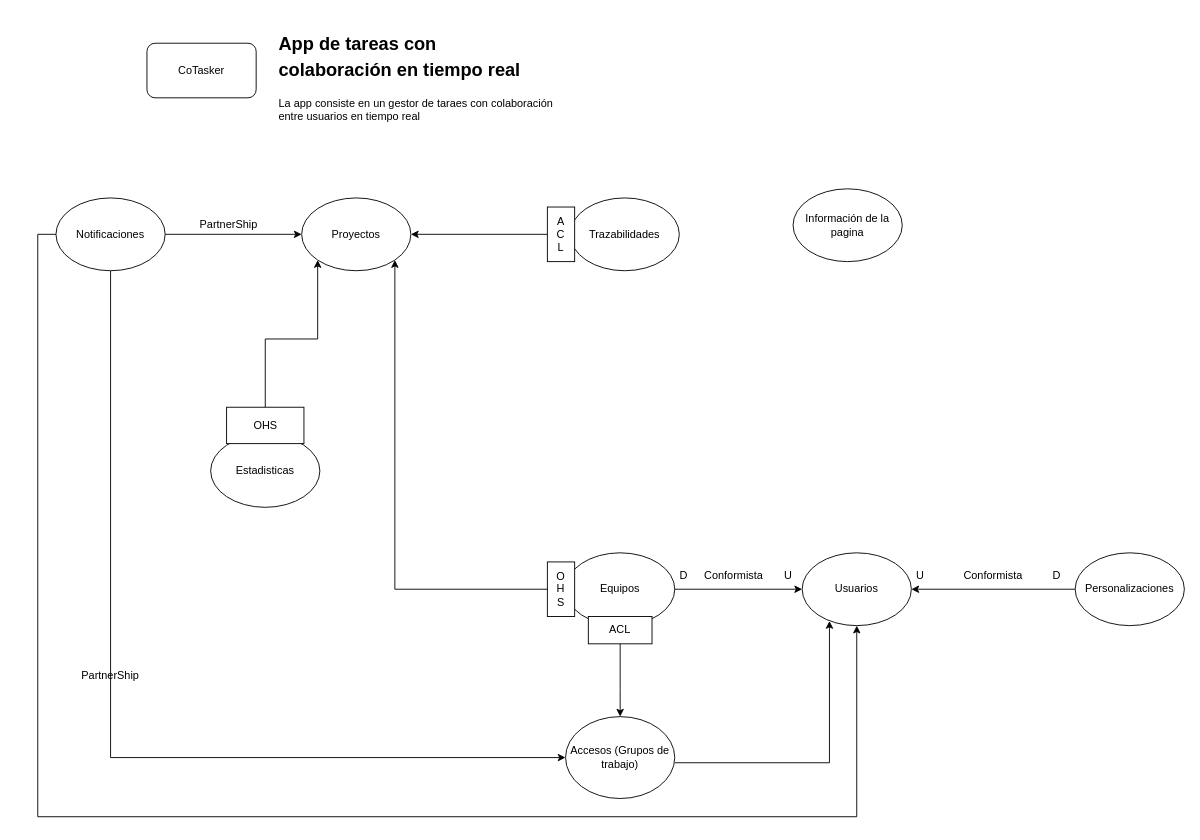
This is page "BoundedContext" (2 of 13) of CoTasker_BoundedContext.drawio from Migue1409-KP/DOO-working-group, a draw.io file, before an edit. Source tidied: cells renumbered, new cells numbered last; positions are measured from the earlier drawing's top-left corner, leaving out a move shared by most shapes. Both pictures are drawn from the tidied source at 91%, with x=0, y=0 at pixel (37, 25).
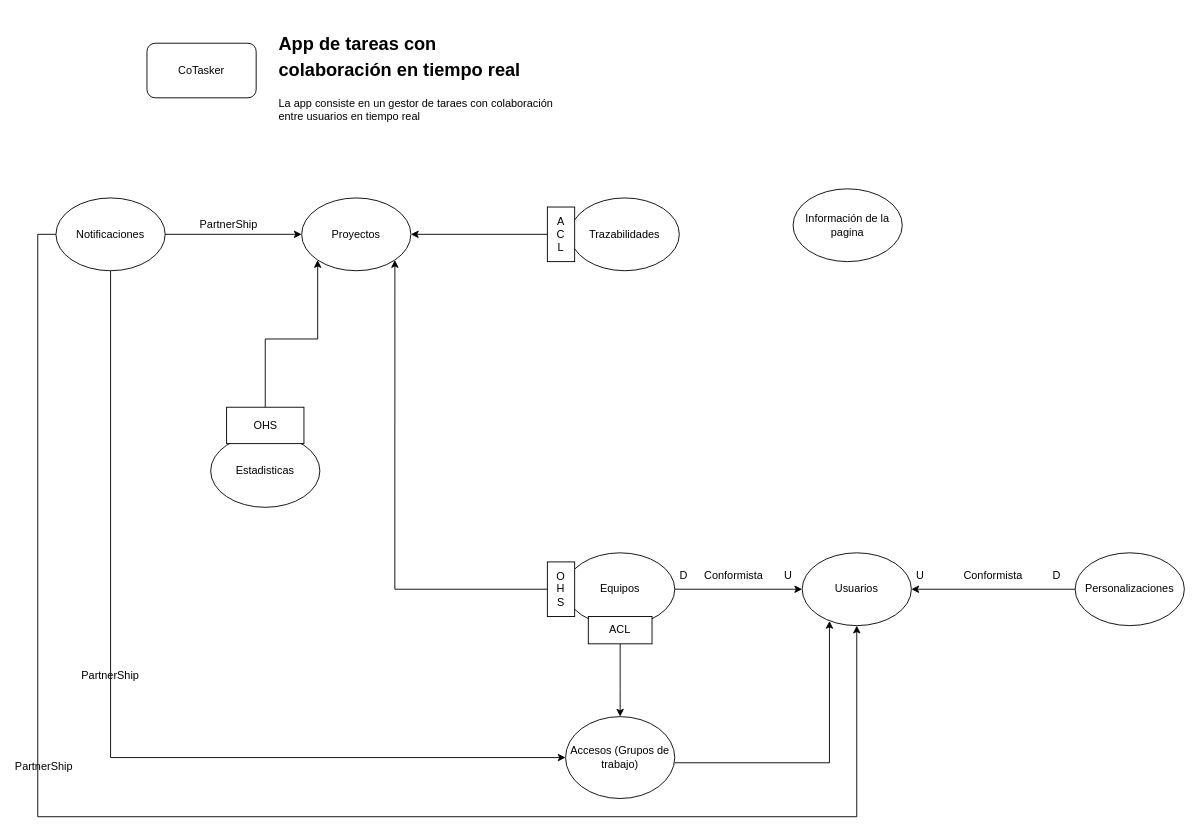
After the change.

The edit, as a diff of the source:
```diff
@@
+    <mxCell id="37" value="PartnerShip" style="text;html=1;strokeColor=none;fillColor=none;align=center;verticalAlign=middle;whiteSpace=wrap;rounded=0;" parent="1" vertex="1">
+      <mxGeometry x="-23" y="800" width="60" height="30" as="geometry" />
+    </mxCell>
```
